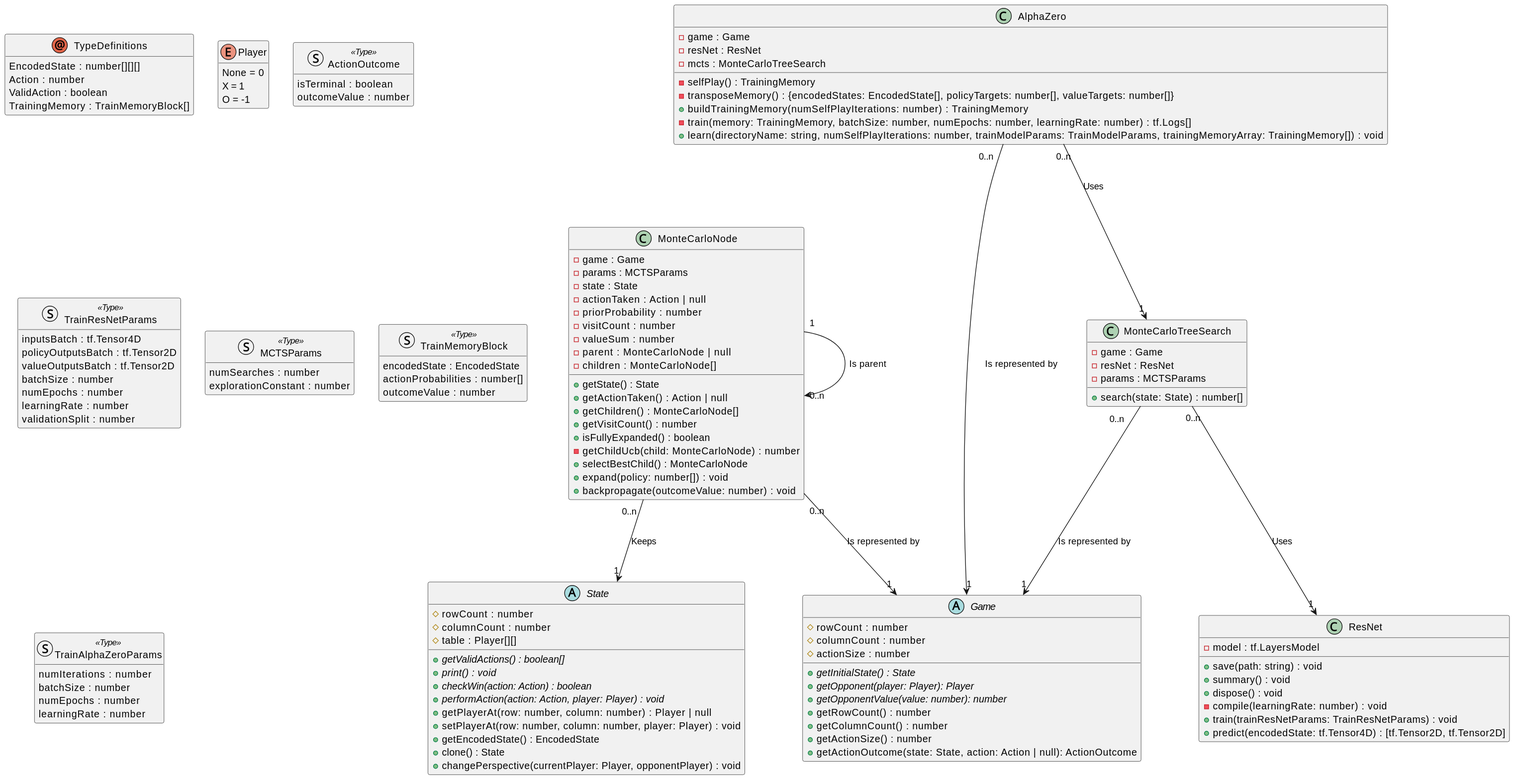
Earlier version of the PlantUML export docs/APTSClasses.svg (lexicosmic/apts). Source of this version:
```plantuml
@startuml

    hide empty members

    abstract class State {
        #rowCount : number
        #columnCount : number
        #table : Player[][]
        {abstract} +getValidActions() : boolean[]
        {abstract} +print() : void
        {abstract} +checkWin(action: Action) : boolean
        {abstract} +performAction(action: Action, player: Player) : void
        +getPlayerAt(row: number, column: number) : Player | null
        +setPlayerAt(row: number, column: number, player: Player) : void
        +getEncodedState() : EncodedState
        +clone() : State
        +changePerspective(currentPlayer: Player, opponentPlayer) : void
    }

    abstract class Game {
        #rowCount : number
        #columnCount : number
        #actionSize : number
        {abstract} +getInitialState() : State
        {abstract} +getOpponent(player: Player): Player
        {abstract} +getOpponentValue(value: number): number
        +getRowCount() : number
        +getColumnCount() : number
        +getActionSize() : number
        +getActionOutcome(state: State, action: Action | null): ActionOutcome
    }

    class ResNet {
        -model : tf.LayersModel
        +save(path: string) : void
        +summary() : void
        +dispose() : void
        -compile(learningRate: number) : void
        +train(trainResNetParams: TrainResNetParams) : void
        +predict(encodedState: tf.Tensor4D) : [tf.Tensor2D, tf.Tensor2D]
    }

    class MonteCarloTreeSearch {
        -game : Game
        -resNet : ResNet
        -params : MCTSParams
        +search(state: State) : number[]
    }
    MonteCarloTreeSearch "0..n" --> "1" Game : Is represented by
    MonteCarloTreeSearch "0..n" --> "1" ResNet : Uses

    class MonteCarloNode {
        -game : Game
        -params : MCTSParams
        -state : State
        -actionTaken : Action | null
        -priorProbability : number
        -visitCount : number
        -valueSum : number
        -parent : MonteCarloNode | null
        -children : MonteCarloNode[]
        +getState() : State
        +getActionTaken() : Action | null
        +getChildren() : MonteCarloNode[]
        +getVisitCount() : number
        +isFullyExpanded() : boolean
        -getChildUcb(child: MonteCarloNode) : number
        +selectBestChild() : MonteCarloNode
        +expand(policy: number[]) : void
        +backpropagate(outcomeValue: number) : void
    }
    MonteCarloNode "0..n" --> "1" Game : Is represented by
    MonteCarloNode "0..n" --> "1" State : Keeps
    MonteCarloNode "1" --> "0..n" MonteCarloNode : Is parent

    class AlphaZero {
        -game : Game
        -resNet : ResNet
        -mcts : MonteCarloTreeSearch
        -selfPlay() : TrainingMemory
        -transposeMemory() : {encodedStates: EncodedState[], policyTargets: number[], valueTargets: number[]}
        +buildTrainingMemory(numSelfPlayIterations: number) : TrainingMemory
        -train(memory: TrainingMemory, batchSize: number, numEpochs: number, learningRate: number) : tf.Logs[]
        +learn(directoryName: string, numSelfPlayIterations: number, trainModelParams: TrainModelParams, trainingMemoryArray: TrainingMemory[]) : void
    }
    AlphaZero "0..n" --> "1" Game : Is represented by
    AlphaZero "0..n" --> "1" MonteCarloTreeSearch : Uses


    annotation TypeDefinitions {
        EncodedState : number[][][]
        Action : number
        ValidAction : boolean
        TrainingMemory : TrainMemoryBlock[]
    }

    enum Player {
        None = 0
        X = 1
        O = -1
    }

    struct ActionOutcome <<Type>> {
        isTerminal : boolean
        outcomeValue : number
    }

    struct TrainResNetParams <<Type>> {
        inputsBatch : tf.Tensor4D
		policyOutputsBatch : tf.Tensor2D
		valueOutputsBatch : tf.Tensor2D
		batchSize : number
		numEpochs : number
		learningRate : number
		validationSplit : number
    }

    struct MCTSParams <<Type>> {
        numSearches : number
        explorationConstant : number
    }

    struct TrainMemoryBlock <<Type>> {
        encodedState : EncodedState
        actionProbabilities : number[]
        outcomeValue : number
    }

    struct TrainAlphaZeroParams <<Type>> {
        numIterations : number
		batchSize : number
		numEpochs : number
		learningRate : number
    }

@enduml
```
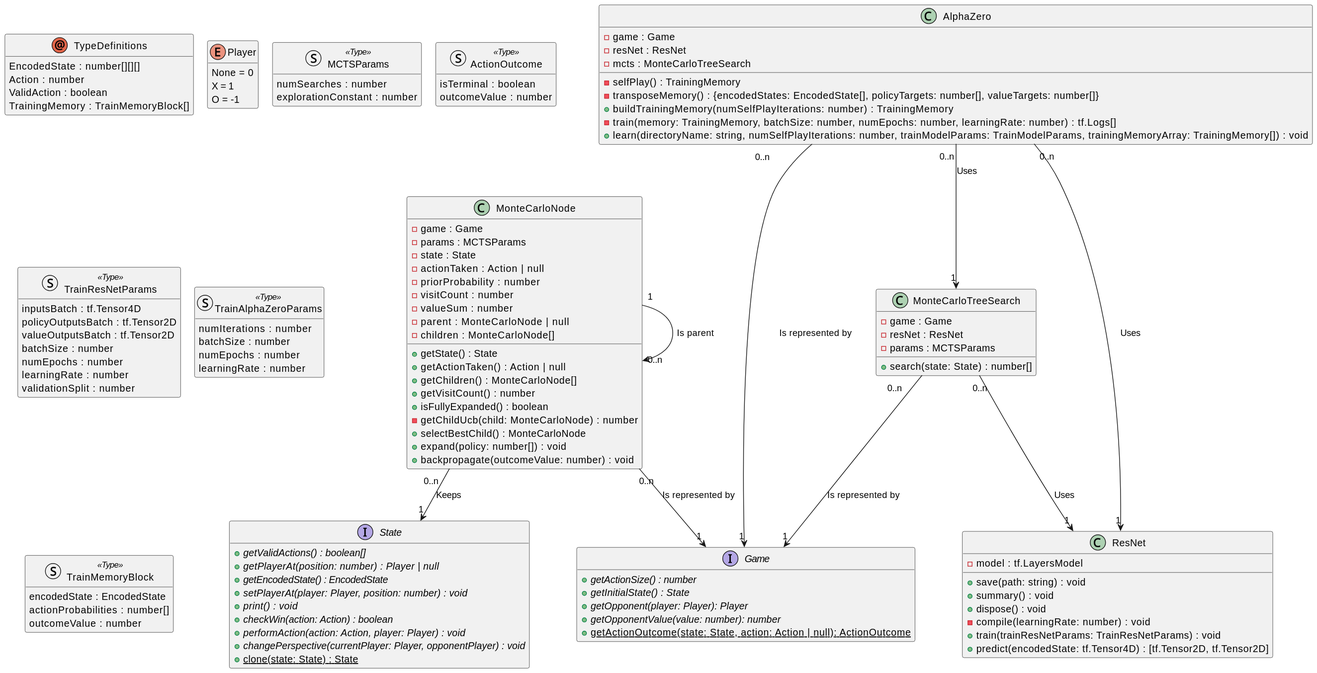
After the commit.

Commit message:
Update class diagram

Diff of the diagram source:
```diff
@@ -1,33 +1,28 @@
 @startuml
 
     hide empty members
+    skinparam nodesep 20
+    skinparam ranksep 1
 
-    abstract class State {
-        #rowCount : number
-        #columnCount : number
-        #table : Player[][]
+
+    interface State {
         {abstract} +getValidActions() : boolean[]
+        {abstract} +getPlayerAt(position: number) : Player | null
+        {abstract} +getEncodedState() : EncodedState
+        {abstract} +setPlayerAt(player: Player, position: number) : void
         {abstract} +print() : void
         {abstract} +checkWin(action: Action) : boolean
         {abstract} +performAction(action: Action, player: Player) : void
-        +getPlayerAt(row: number, column: number) : Player | null
-        +setPlayerAt(row: number, column: number, player: Player) : void
-        +getEncodedState() : EncodedState
-        +clone() : State
-        +changePerspective(currentPlayer: Player, opponentPlayer) : void
+        {abstract} +changePerspective(currentPlayer: Player, opponentPlayer) : void
+        {static} +clone(state: State) : State
     }
 
-    abstract class Game {
-        #rowCount : number
-        #columnCount : number
-        #actionSize : number
+    interface Game {
+        {abstract} +getActionSize() : number
         {abstract} +getInitialState() : State
         {abstract} +getOpponent(player: Player): Player
         {abstract} +getOpponentValue(value: number): number
-        +getRowCount() : number
-        +getColumnCount() : number
-        +getActionSize() : number
-        +getActionOutcome(state: State, action: Action | null): ActionOutcome
+        {static} +getActionOutcome(state: State, action: Action | null): ActionOutcome
     }
 
     class ResNet {
@@ -47,6 +42,7 @@
         +search(state: State) : number[]
     }
     MonteCarloTreeSearch "0..n" --> "1" Game : Is represented by
+    AlphaZero "0..n" --> "1" ResNet : Uses
     MonteCarloTreeSearch "0..n" --> "1" ResNet : Uses
 
     class MonteCarloNode {
@@ -133,4 +129,11 @@
 		learningRate : number
     }
 
+    TypeDefinitions -[hidden]> Player
+    Player -[hidden]> MCTSParams
+    MCTSParams -[hidden]> ActionOutcome
+    TrainResNetParams -[hidden]> TrainAlphaZeroParams
+    TypeDefinitions -down[hidden]-> TrainResNetParams
+    TrainResNetParams -down[hidden]-> TrainMemoryBlock
+
 @enduml
```
